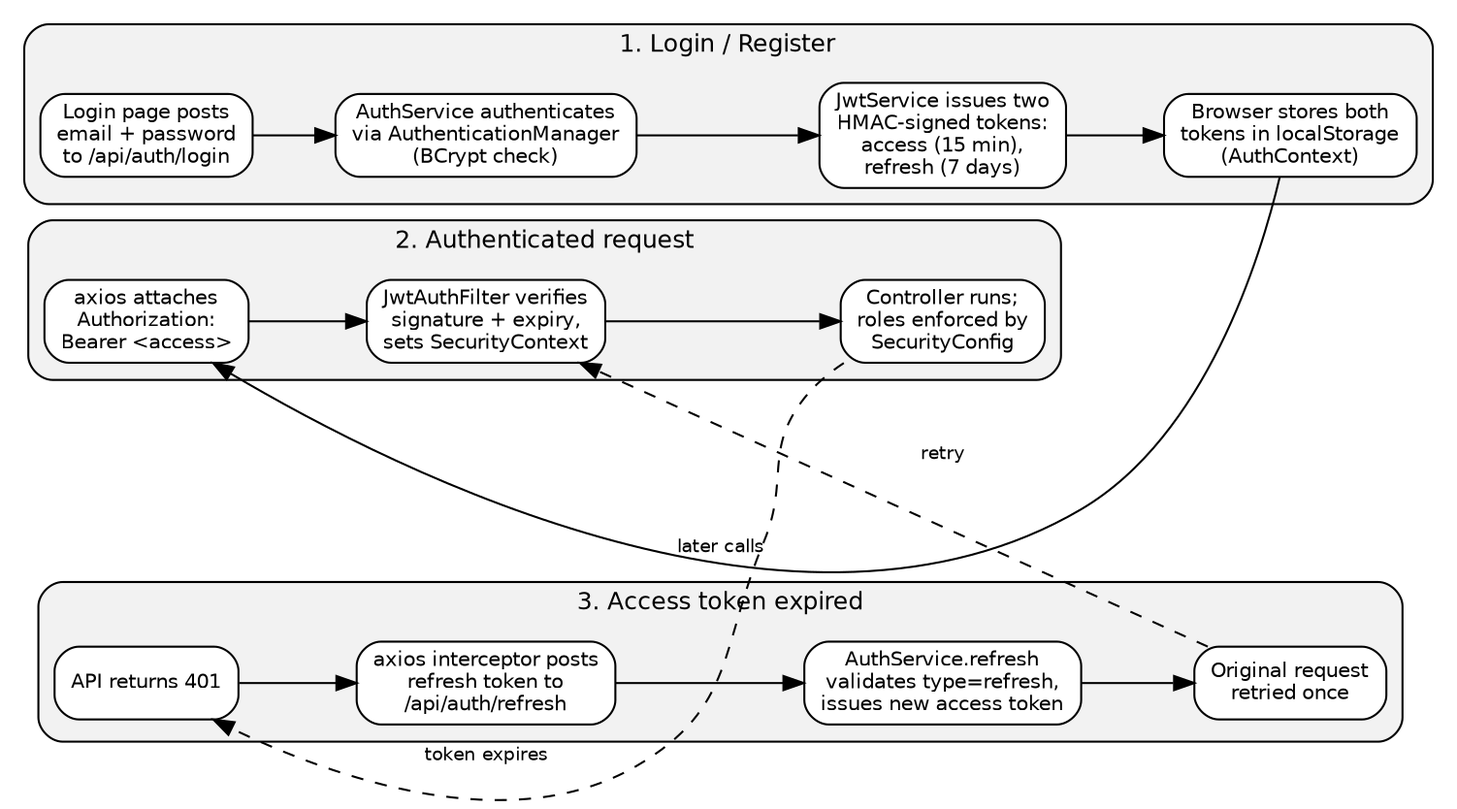
This is report/images/jwt_auth_flow.png from hosachaii/competitive-programming-platform, a Graphviz export, as it was before one commit. Its source is kept beside it as report/diagrams/jwt_auth_flow.dot. The source it was exported from:
```dot
digraph jwt {
  rankdir=LR;
  bgcolor="white";
  graph [fontname="Helvetica", fontsize=12, nodesep=0.3, ranksep=0.55];
  node  [fontname="Helvetica", fontsize=10, shape=box, style="rounded,filled", fillcolor="white", color="black"];
  edge  [fontname="Helvetica", fontsize=9, color="black"];

  subgraph cluster_login {
    label="1. Login / Register";
    style="rounded,filled"; fillcolor="gray95"; color="black";
    l1 [label="Login page posts\nemail + password\nto /api/auth/login"];
    l2 [label="AuthService authenticates\nvia AuthenticationManager\n(BCrypt check)"];
    l3 [label="JwtService issues two\nHMAC-signed tokens:\naccess (15 min),\nrefresh (7 days)"];
    l4 [label="Browser stores both\ntokens in localStorage\n(AuthContext)"];
    l1 -> l2 -> l3 -> l4;
  }

  subgraph cluster_req {
    label="2. Authenticated request";
    style="rounded,filled"; fillcolor="gray95"; color="black";
    r1 [label="axios attaches\nAuthorization:\nBearer <access>"];
    r2 [label="JwtAuthFilter verifies\nsignature + expiry,\nsets SecurityContext"];
    r3 [label="Controller runs;\nroles enforced by\nSecurityConfig"];
    r1 -> r2 -> r3;
  }

  subgraph cluster_refresh {
    label="3. Access token expired";
    style="rounded,filled"; fillcolor="gray95"; color="black";
    f1 [label="API returns 401"];
    f2 [label="axios interceptor posts\nrefresh token to\n/api/auth/refresh"];
    f3 [label="AuthService.refresh\nvalidates type=refresh,\nissues new access token"];
    f4 [label="Original request\nretried once"];
    f1 -> f2 -> f3 -> f4;
  }

  l4 -> r1 [label="later calls", constraint=false];
  r3 -> f1 [label="token expires", style=dashed, constraint=false];
  f4 -> r2 [label="retry", style=dashed, constraint=false];
}
```
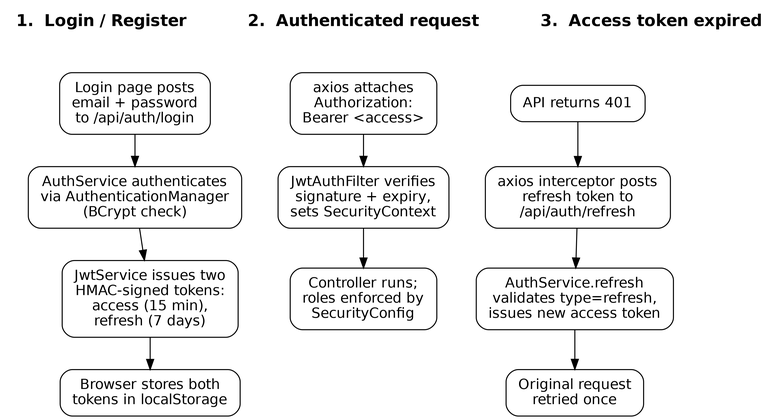
After the change.

Diff of the diagram source:
```diff
@@ -1,40 +1,42 @@
 digraph jwt {
-  rankdir=LR;
+  rankdir=TB;
   bgcolor="white";
-  graph [fontname="Helvetica", fontsize=12, nodesep=0.3, ranksep=0.55];
-  node  [fontname="Helvetica", fontsize=10, shape=box, style="rounded,filled", fillcolor="white", color="black"];
-  edge  [fontname="Helvetica", fontsize=9, color="black"];
+  graph [fontname="Helvetica", fontsize=15, nodesep=0.5, ranksep=0.45];
+  node  [fontname="Helvetica", fontsize=14, shape=box, style="rounded,filled", fillcolor="white", color="black", margin="0.16,0.11"];
+  edge  [fontname="Helvetica", fontsize=12, color="black"];
 
-  subgraph cluster_login {
-    label="1. Login / Register";
-    style="rounded,filled"; fillcolor="gray95"; color="black";
-    l1 [label="Login page posts\nemail + password\nto /api/auth/login"];
-    l2 [label="AuthService authenticates\nvia AuthenticationManager\n(BCrypt check)"];
-    l3 [label="JwtService issues two\nHMAC-signed tokens:\naccess (15 min),\nrefresh (7 days)"];
-    l4 [label="Browser stores both\ntokens in localStorage\n(AuthContext)"];
-    l1 -> l2 -> l3 -> l4;
-  }
+  h1 [label="1.  Login / Register",        shape=plaintext, fillcolor="none", fontname="Helvetica-Bold", fontsize=16];
+  h2 [label="2.  Authenticated request",   shape=plaintext, fillcolor="none", fontname="Helvetica-Bold", fontsize=16];
+  h3 [label="3.  Access token expired",    shape=plaintext, fillcolor="none", fontname="Helvetica-Bold", fontsize=16];
 
-  subgraph cluster_req {
-    label="2. Authenticated request";
-    style="rounded,filled"; fillcolor="gray95"; color="black";
-    r1 [label="axios attaches\nAuthorization:\nBearer <access>"];
-    r2 [label="JwtAuthFilter verifies\nsignature + expiry,\nsets SecurityContext"];
-    r3 [label="Controller runs;\nroles enforced by\nSecurityConfig"];
-    r1 -> r2 -> r3;
-  }
+  l1 [label="Login page posts\nemail + password\nto /api/auth/login"];
+  l2 [label="AuthService authenticates\nvia AuthenticationManager\n(BCrypt check)"];
+  l3 [label="JwtService issues two\nHMAC-signed tokens:\naccess (15 min),\nrefresh (7 days)"];
+  l4 [label="Browser stores both\ntokens in localStorage"];
 
-  subgraph cluster_refresh {
-    label="3. Access token expired";
-    style="rounded,filled"; fillcolor="gray95"; color="black";
-    f1 [label="API returns 401"];
-    f2 [label="axios interceptor posts\nrefresh token to\n/api/auth/refresh"];
-    f3 [label="AuthService.refresh\nvalidates type=refresh,\nissues new access token"];
-    f4 [label="Original request\nretried once"];
-    f1 -> f2 -> f3 -> f4;
-  }
+  r1 [label="axios attaches\nAuthorization:\nBearer <access>"];
+  r2 [label="JwtAuthFilter verifies\nsignature + expiry,\nsets SecurityContext"];
+  r3 [label="Controller runs;\nroles enforced by\nSecurityConfig"];
 
-  l4 -> r1 [label="later calls", constraint=false];
-  r3 -> f1 [label="token expires", style=dashed, constraint=false];
-  f4 -> r2 [label="retry", style=dashed, constraint=false];
+  f1 [label="API returns 401"];
+  f2 [label="axios interceptor posts\nrefresh token to\n/api/auth/refresh"];
+  f3 [label="AuthService.refresh\nvalidates type=refresh,\nissues new access token"];
+  f4 [label="Original request\nretried once"];
+
+  h1 -> l1 [style=invis];
+  h2 -> r1 [style=invis];
+  h3 -> f1 [style=invis];
+  l1 -> l2 -> l3 -> l4;
+  r1 -> r2 -> r3;
+  f1 -> f2 -> f3 -> f4;
+
+  { rank=same; h1; h2; h3; }
+  { rank=same; l1; r1; f1; }
+  { rank=same; l2; r2; f2; }
+  { rank=same; l3; r3; f3; }
+  { rank=same; l4; f4; }
+  h1 -> h2 [style=invis]; h2 -> h3 [style=invis];
+  l1 -> r1 [style=invis]; r1 -> f1 [style=invis];
+  l2 -> r2 [style=invis]; r2 -> f2 [style=invis];
+  l3 -> r3 [style=invis]; r3 -> f3 [style=invis];
 }
```
